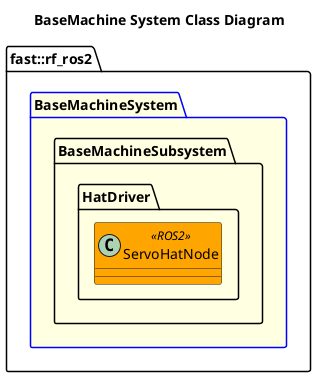
This is Systems/BaseMachine/doc/puml/SystemBaseMachinePackageDiagram.png from fastrobotics/robot_framework_ros2, a PlantUML export, as it was before one commit.
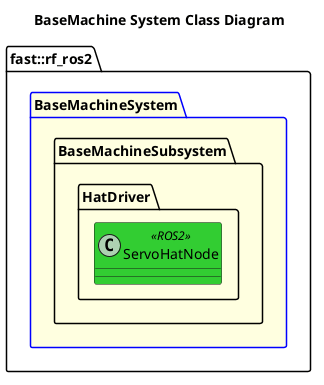
The same diagram one commit later.

What changed in the source:
```diff
@@ -5,7 +5,7 @@
     package BaseMachineSystem #LightYellow;line:blue {
         namespace BaseMachineSubsystem {
             namespace HatDriver {
-                class ServoHatNode <<ROS2>> #Orange {
+                class ServoHatNode <<ROS2>> #LimeGreen {
 
                 }
             }
```
